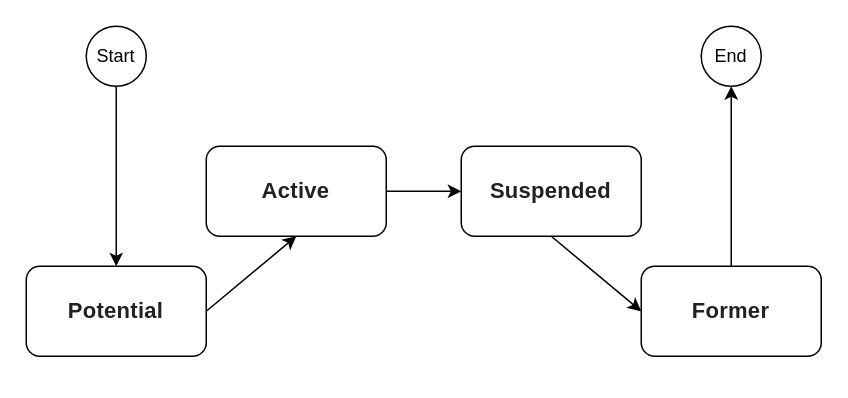
Earlier version of the draw.io diagram NSCC/Lab 5 State Transition Diagram.drawio (ObeeeWon/Diagrams). Source tidied: cells renumbered, new cells numbered last; positions are measured from the earlier drawing's top-left corner, leaving out a move shared by most shapes. Both pictures are drawn from the tidied source at 150%, with x=0, y=0 at pixel (26, 26).
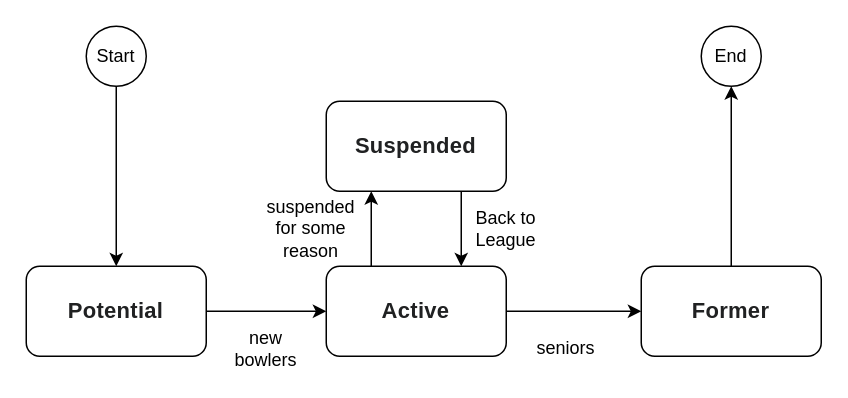
Above is the later version.

Unchanged cells that the change refers to:
```xml
<mxCell id="3" value="&lt;b style=&quot;color: rgb(32, 33, 34); font-family: Calibri, sans-serif; font-size: 14.6667px; letter-spacing: 0.2px; text-align: start; background-color: rgb(255, 255, 255);&quot;&gt;Potential&lt;/b&gt;" style="rounded=1;whiteSpace=wrap;html=1;" parent="1" vertex="1">
  <mxGeometry y="160" width="120" height="60" as="geometry" />
</mxCell>
<mxCell id="6" value="&lt;b style=&quot;color: rgb(32, 33, 34); font-family: Calibri, sans-serif; font-size: 14.6667px; letter-spacing: 0.2px; text-align: start; background-color: rgb(255, 255, 255);&quot;&gt;Former&lt;/b&gt;" style="rounded=1;whiteSpace=wrap;html=1;" parent="1" vertex="1">
  <mxGeometry x="410" y="160" width="120" height="60" as="geometry" />
</mxCell>
```

Diff of the diagram source:
```diff
@@
     <mxCell id="4" value="&lt;b style=&quot;color: rgb(32, 33, 34); font-family: Calibri, sans-serif; font-size: 14.6667px; letter-spacing: 0.2px; text-align: start; background-color: rgb(255, 255, 255);&quot;&gt;Active&lt;/b&gt;" style="rounded=1;whiteSpace=wrap;html=1;" parent="1" vertex="1">
-      <mxGeometry x="120" y="80" width="120" height="60" as="geometry" />
+      <mxGeometry x="200" y="160" width="120" height="60" as="geometry" />
     </mxCell>
     <mxCell id="5" value="&lt;b style=&quot;color: rgb(32, 33, 34); font-family: Calibri, sans-serif; font-size: 14.6667px; letter-spacing: 0.2px; text-align: start; background-color: rgb(255, 255, 255);&quot;&gt;Suspended&lt;/b&gt;" style="rounded=1;whiteSpace=wrap;html=1;" parent="1" vertex="1">
-      <mxGeometry x="290" y="80" width="120" height="60" as="geometry" />
+      <mxGeometry x="200" y="50" width="120" height="60" as="geometry" />
     </mxCell>
@@
-    <mxCell id="7" style="endArrow=classic;html=1;rounded=0;exitX=1;exitY=0.5;exitDx=0;exitDy=0;entryX=0.5;entryY=1;entryDx=0;entryDy=0;" parent="1" edge="1" source="3" target="4">
-      <mxGeometry relative="1" as="geometry" />
+    <mxCell id="7" style="endArrow=classic;html=1;rounded=0;exitX=1;exitY=0.5;exitDx=0;exitDy=0;entryX=0;entryY=0.5;entryDx=0;entryDy=0;" parent="1" edge="1" source="3" target="4">
+      <mxGeometry relative="1" as="geometry">
+        <Array as="points">
+          <mxPoint x="170" y="190" />
+        </Array>
+      </mxGeometry>
     </mxCell>
@@
-    <mxCell id="9" style="endArrow=classic;html=1;rounded=0;entryX=0;entryY=0.5;entryDx=0;entryDy=0;exitX=1;exitY=0.5;exitDx=0;exitDy=0;" parent="1" edge="1" source="4" target="5">
-      <mxGeometry relative="1" as="geometry" />
-    </mxCell>
-    <mxCell id="10" style="endArrow=classic;html=1;rounded=0;entryX=0;entryY=0.5;entryDx=0;entryDy=0;exitX=0.5;exitY=1;exitDx=0;exitDy=0;" parent="1" edge="1" source="5" target="6">
-      <mxGeometry relative="1" as="geometry" />
+    <mxCell id="10" style="endArrow=classic;html=1;rounded=0;entryX=0;entryY=0.5;entryDx=0;entryDy=0;exitX=1;exitY=0.5;exitDx=0;exitDy=0;" parent="1" edge="1" source="4" target="6">
+      <mxGeometry relative="1" as="geometry">
+        <Array as="points">
+          <mxPoint x="380" y="190" />
+        </Array>
+      </mxGeometry>
     </mxCell>
@@
+    <mxCell id="13" value="Back to&lt;br&gt;League" style="text;html=1;strokeColor=none;fillColor=none;align=center;verticalAlign=middle;whiteSpace=wrap;rounded=0;" parent="1" vertex="1">
+      <mxGeometry x="290" y="120" width="60" height="30" as="geometry" />
+    </mxCell>
+    <mxCell id="14" value="suspended&lt;br&gt;for some&lt;br&gt;reason" style="text;html=1;strokeColor=none;fillColor=none;align=center;verticalAlign=middle;whiteSpace=wrap;rounded=0;" parent="1" vertex="1">
+      <mxGeometry x="160" y="120" width="60" height="30" as="geometry" />
+    </mxCell>
+    <mxCell id="15" value="new&lt;br&gt;bowlers" style="text;html=1;strokeColor=none;fillColor=none;align=center;verticalAlign=middle;whiteSpace=wrap;rounded=0;" parent="1" vertex="1">
+      <mxGeometry x="130" y="200" width="60" height="30" as="geometry" />
+    </mxCell>
+    <mxCell id="16" value="seniors" style="text;html=1;strokeColor=none;fillColor=none;align=center;verticalAlign=middle;whiteSpace=wrap;rounded=0;" parent="1" vertex="1">
+      <mxGeometry x="330" y="200" width="60" height="30" as="geometry" />
+    </mxCell>
+    <mxCell id="9" style="endArrow=classic;html=1;rounded=0;exitX=0.25;exitY=0;exitDx=0;exitDy=0;entryX=0.25;entryY=1;entryDx=0;entryDy=0;" parent="1" edge="1" source="4" target="5">
+      <mxGeometry relative="1" as="geometry" />
+    </mxCell>
+    <mxCell id="17" style="endArrow=classic;html=1;rounded=0;entryX=0.75;entryY=0;entryDx=0;entryDy=0;exitX=0.75;exitY=1;exitDx=0;exitDy=0;" parent="1" edge="1" source="5" target="4">
+      <mxGeometry relative="1" as="geometry" />
+    </mxCell>
```
